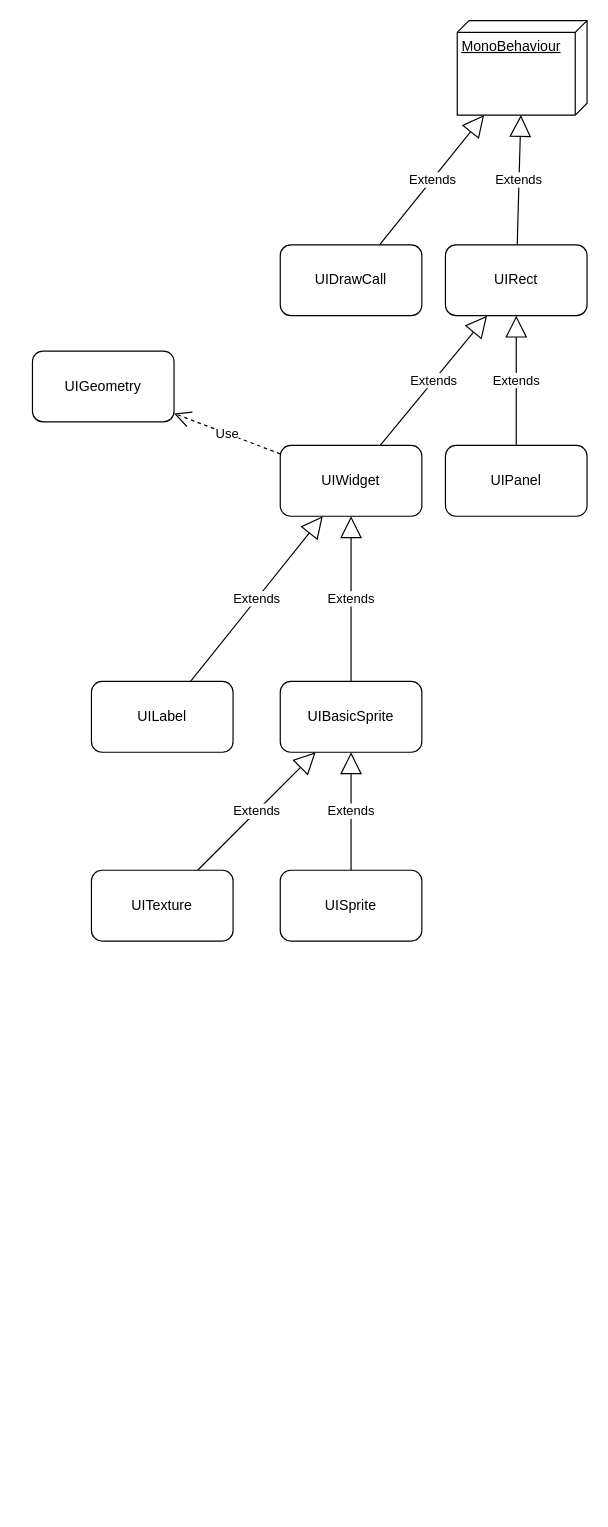
Above: NGUI.drawio in gatzai/DrawioStorage (draw.io), before the change. Source tidied: cells renumbered, new cells numbered last; positions are measured from the earlier drawing's top-left corner, leaving out a move shared by most shapes. Both pictures are drawn from the tidied source at 118%, with x=0, y=0 at pixel (32, 20).
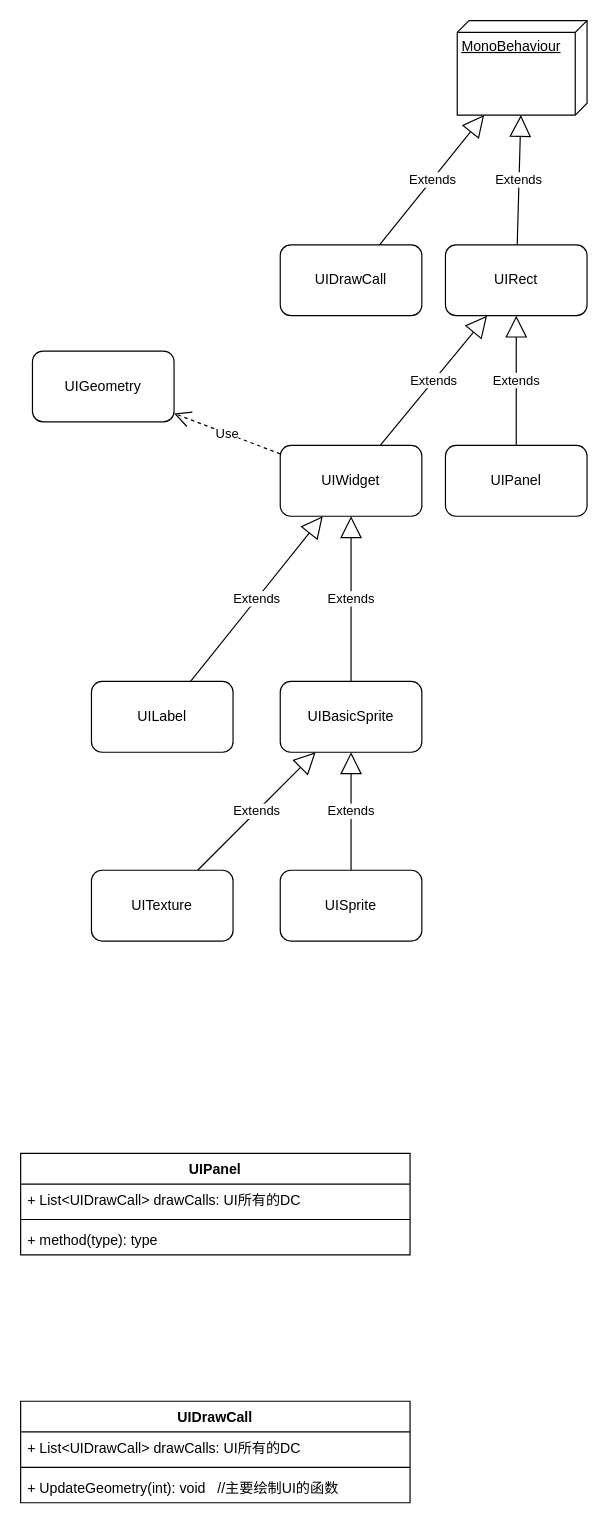
The same page after the edit.

Change to the diagram source:
```diff
@@
+    <mxCell id="21" value="UIPanel" style="swimlane;fontStyle=1;align=center;verticalAlign=top;horizontal=1;startSize=26;" parent="1" vertex="1">
+      <mxGeometry x="-10" y="960" width="330" height="86" as="geometry" />
+    </mxCell>
+    <mxCell id="22" value="+ List&lt;UIDrawCall&gt; drawCalls: UI所有的DC" style="text;strokeColor=none;fillColor=none;align=left;verticalAlign=top;spacingLeft=4;spacingRight=4;overflow=hidden;" parent="21" vertex="1">
+      <mxGeometry y="26" width="330" height="26" as="geometry" />
+    </mxCell>
+    <mxCell id="23" style="line;strokeWidth=1;fillColor=none;align=left;verticalAlign=middle;spacingTop=-1;spacingLeft=3;spacingRight=3;labelPosition=right;" parent="21" vertex="1">
+      <mxGeometry y="52" width="330" height="8" as="geometry" />
+    </mxCell>
+    <mxCell id="24" value="+ method(type): type" style="text;strokeColor=none;fillColor=none;align=left;verticalAlign=top;spacingLeft=4;spacingRight=4;overflow=hidden;" parent="21" vertex="1">
+      <mxGeometry y="60" width="330" height="26" as="geometry" />
+    </mxCell>
+    <mxCell id="25" value="UIDrawCall" style="swimlane;fontStyle=1;align=center;verticalAlign=top;horizontal=1;startSize=26;" parent="1" vertex="1">
+      <mxGeometry x="-10" y="1170" width="330" height="86" as="geometry" />
+    </mxCell>
+    <mxCell id="26" value="+ List&lt;UIDrawCall&gt; drawCalls: UI所有的DC" style="text;strokeColor=none;fillColor=none;align=left;verticalAlign=top;spacingLeft=4;spacingRight=4;overflow=hidden;" parent="25" vertex="1">
+      <mxGeometry y="26" width="330" height="26" as="geometry" />
+    </mxCell>
+    <mxCell id="27" style="line;strokeWidth=1;fillColor=none;align=left;verticalAlign=middle;spacingTop=-1;spacingLeft=3;spacingRight=3;labelPosition=right;" parent="25" vertex="1">
+      <mxGeometry y="52" width="330" height="8" as="geometry" />
+    </mxCell>
+    <mxCell id="28" value="+ UpdateGeometry(int): void   //主要绘制UI的函数" style="text;strokeColor=none;fillColor=none;align=left;verticalAlign=top;spacingLeft=4;spacingRight=4;overflow=hidden;" parent="25" vertex="1">
+      <mxGeometry y="60" width="330" height="26" as="geometry" />
+    </mxCell>
```
